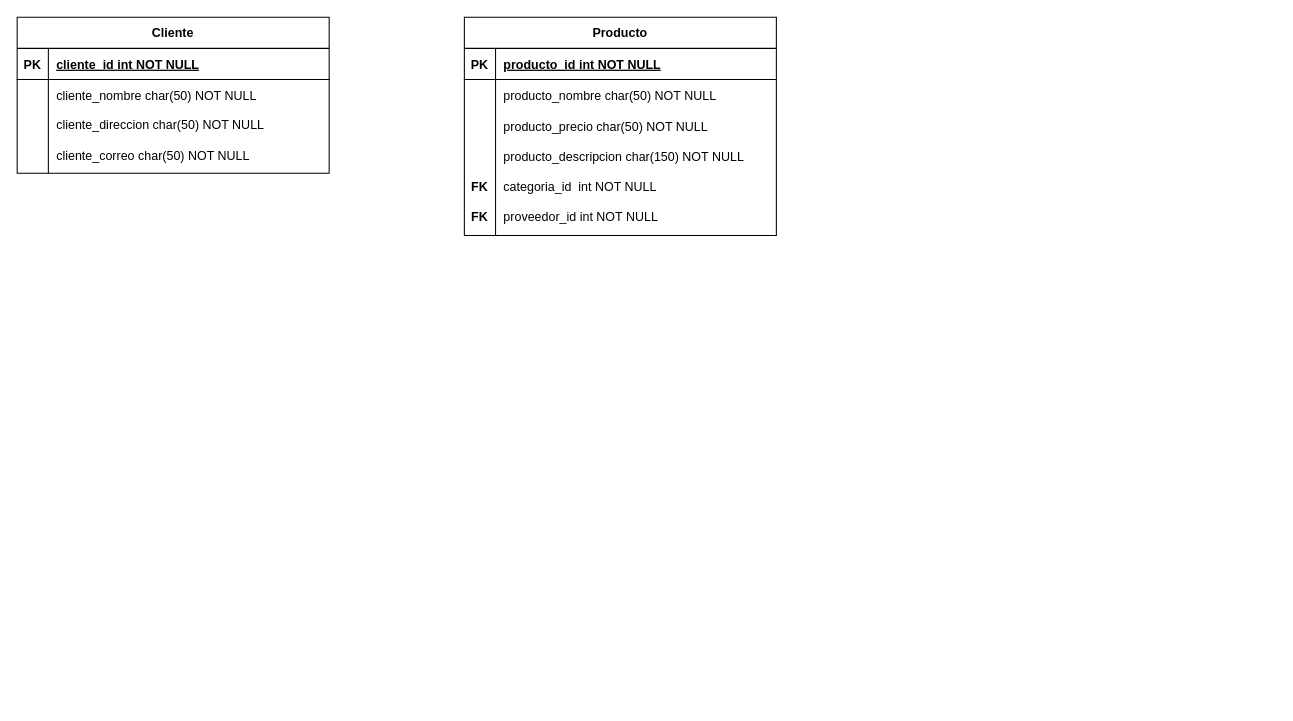
pevb97/BBDD keeps this draw.io diagram as Diagrama sin título.drawio. Above is the earlier version. Source tidied: cells renumbered, new cells numbered last; positions are measured from the earlier drawing's top-left corner, leaving out a move shared by most shapes. Both pictures are drawn from the tidied source at 104%, with x=0, y=0 at pixel (17, 17).
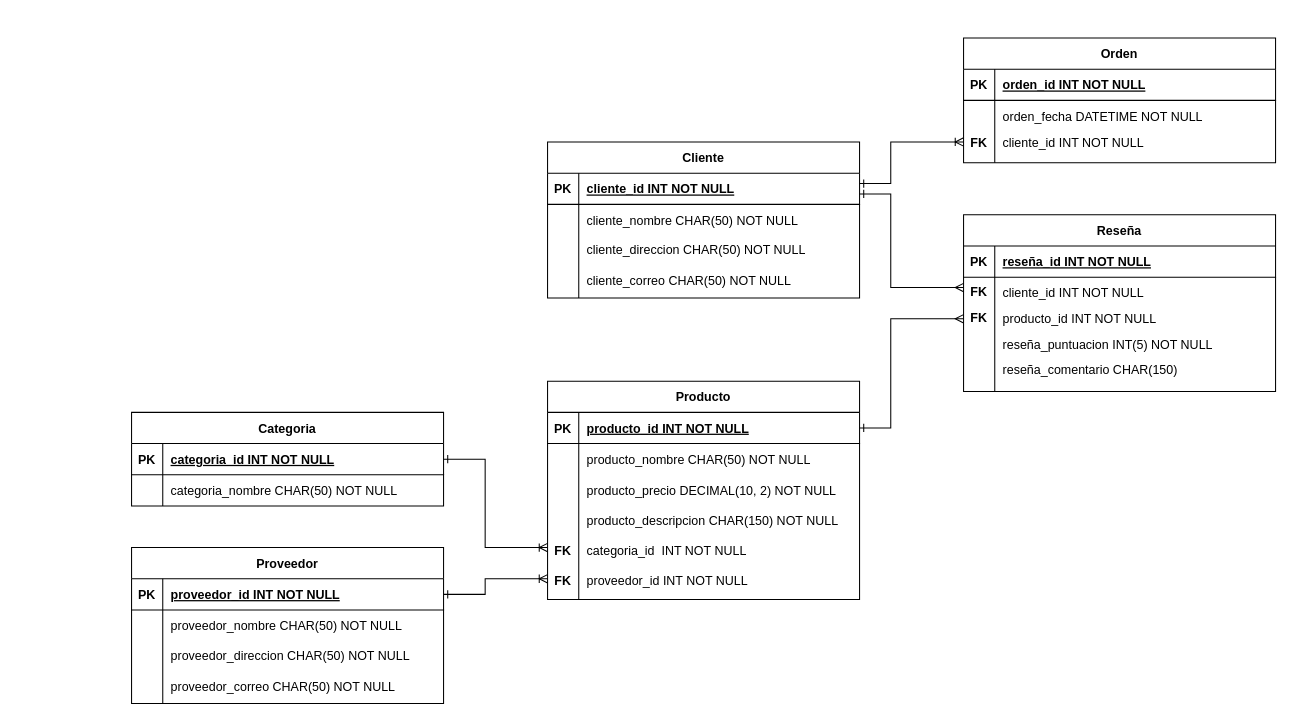
Above is the later version.

The change refers to these unchanged cells:
```xml
<mxCell id="4" style="shape=partialRectangle;fillColor=none;points=[[0,0.5],[1,0.5]];portConstraint=eastwest;top=0;left=0;right=0;bottom=1;" parent="3" vertex="1">
  <mxGeometry y="30" width="300" height="30" as="geometry" />
</mxCell>
<mxCell id="7" style="shape=partialRectangle;fillColor=none;top=0;left=0;right=0;bottom=0;" parent="3" vertex="1">
  <mxGeometry y="60" width="300" height="30" as="geometry" />
</mxCell>
<mxCell id="20" style="shape=partialRectangle;fillColor=none;points=[[0,0.5],[1,0.5]];portConstraint=eastwest;top=0;left=0;right=0;bottom=1;" parent="19" vertex="1">
  <mxGeometry y="30" width="300" height="30" as="geometry" />
</mxCell>
<mxCell id="23" style="shape=partialRectangle;fillColor=none;top=0;left=0;right=0;bottom=0;" parent="19" vertex="1">
  <mxGeometry y="60" width="300" height="30" as="geometry" />
</mxCell>
```

What changed in the source:
```diff
@@
     <mxCell id="2" style="group;" parent="1" vertex="1">
-      <mxGeometry width="300" height="150" as="geometry" />
+      <mxGeometry x="510" y="120" width="300" height="150" as="geometry" />
     </mxCell>
@@
-    <mxCell id="6" value="cliente_id int NOT NULL " style="shape=partialRectangle;overflow=hidden;fillColor=none;top=0;left=0;bottom=0;right=0;align=left;spacingLeft=6;fontStyle=5;" parent="4" vertex="1">
+    <mxCell id="6" value="cliente_id INT NOT NULL " style="shape=partialRectangle;overflow=hidden;fillColor=none;top=0;left=0;bottom=0;right=0;align=left;spacingLeft=6;fontStyle=5;" parent="4" vertex="1">
       <mxGeometry x="30" width="270" height="30" as="geometry" />
     </mxCell>
@@
-    <mxCell id="9" value="cliente_nombre char(50) NOT NULL" style="shape=partialRectangle;overflow=hidden;fillColor=none;top=0;left=0;bottom=0;right=0;align=left;spacingLeft=6;" parent="7" vertex="1">
+    <mxCell id="9" value="cliente_nombre CHAR(50) NOT NULL" style="shape=partialRectangle;overflow=hidden;fillColor=none;top=0;left=0;bottom=0;right=0;align=left;spacingLeft=6;" parent="7" vertex="1">
       <mxGeometry x="30" width="270" height="30" as="geometry" />
     </mxCell>
@@
-    <mxCell id="16" value="cliente_direccion char(50) NOT NULL" style="shape=partialRectangle;overflow=hidden;fillColor=none;top=0;left=0;bottom=0;right=0;align=left;spacingLeft=6;" parent="2" vertex="1">
+    <mxCell id="16" value="cliente_direccion CHAR(50) NOT NULL" style="shape=partialRectangle;overflow=hidden;fillColor=none;top=0;left=0;bottom=0;right=0;align=left;spacingLeft=6;" parent="2" vertex="1">
       <mxGeometry x="30" y="90" width="270" height="26.5" as="geometry" />
     </mxCell>
-    <mxCell id="17" value="cliente_correo char(50) NOT NULL" style="shape=partialRectangle;overflow=hidden;fillColor=none;top=0;left=0;bottom=0;right=0;align=left;spacingLeft=6;" parent="2" vertex="1">
+    <mxCell id="17" value="cliente_correo CHAR(50) NOT NULL" style="shape=partialRectangle;overflow=hidden;fillColor=none;top=0;left=0;bottom=0;right=0;align=left;spacingLeft=6;" parent="2" vertex="1">
       <mxGeometry x="30" y="120" width="270" height="26.5" as="geometry" />
     </mxCell>
+    <mxCell id="47" style="edgeStyle=orthogonalEdgeStyle;rounded=0;jettySize=auto;html=1;endArrow=ERoneToMany;endFill=0;startArrow=ERone;startFill=0;" parent="2" edge="1" source="4">
+      <mxGeometry relative="1" as="geometry">
+        <mxPoint x="400" as="targetPoint" />
+        <Array as="points">
+          <mxPoint x="330" y="40" />
+          <mxPoint x="330" />
+        </Array>
+      </mxGeometry>
+    </mxCell>
+    <mxCell id="48" style="edgeStyle=orthogonalEdgeStyle;rounded=0;jettySize=auto;html=1;endArrow=ERmany;endFill=0;startArrow=ERone;startFill=0;" parent="2" edge="1" source="4">
+      <mxGeometry relative="1" as="geometry">
+        <mxPoint x="400" y="140" as="targetPoint" />
+        <Array as="points">
+          <mxPoint x="330" y="50" />
+          <mxPoint x="330" y="140" />
+          <mxPoint x="400" y="140" />
+        </Array>
+      </mxGeometry>
+    </mxCell>
     <mxCell id="18" style="group;" parent="1" vertex="1">
-      <mxGeometry x="430" width="300" height="210" as="geometry" />
+      <mxGeometry x="510" y="350" width="300" height="210" as="geometry" />
     </mxCell>
@@
-    <mxCell id="22" value="producto_id int NOT NULL " style="shape=partialRectangle;overflow=hidden;fillColor=none;top=0;left=0;bottom=0;right=0;align=left;spacingLeft=6;fontStyle=5;" parent="20" vertex="1">
+    <mxCell id="22" value="producto_id INT NOT NULL " style="shape=partialRectangle;overflow=hidden;fillColor=none;top=0;left=0;bottom=0;right=0;align=left;spacingLeft=6;fontStyle=5;" parent="20" vertex="1">
       <mxGeometry x="30" width="270" height="30" as="geometry" />
     </mxCell>
@@
-    <mxCell id="25" value="producto_nombre char(50) NOT NULL" style="shape=partialRectangle;overflow=hidden;fillColor=none;top=0;left=0;bottom=0;right=0;align=left;spacingLeft=6;" parent="23" vertex="1">
+    <mxCell id="25" value="producto_nombre CHAR(50) NOT NULL" style="shape=partialRectangle;overflow=hidden;fillColor=none;top=0;left=0;bottom=0;right=0;align=left;spacingLeft=6;" parent="23" vertex="1">
       <mxGeometry x="30" width="270" height="30" as="geometry" />
     </mxCell>
@@
-    <mxCell id="41" value="producto_precio char(50) NOT NULL" style="shape=partialRectangle;overflow=hidden;fillColor=none;top=0;left=0;bottom=0;right=0;align=left;spacingLeft=6;" parent="18" vertex="1">
+    <mxCell id="41" value="producto_precio DECIMAL(10, 2) NOT NULL" style="shape=partialRectangle;overflow=hidden;fillColor=none;top=0;left=0;bottom=0;right=0;align=left;spacingLeft=6;" parent="18" vertex="1">
       <mxGeometry x="30" y="90.7" width="270" height="28.6" as="geometry" />
     </mxCell>
-    <mxCell id="42" value="producto_descripcion char(150) NOT NULL" style="shape=partialRectangle;overflow=hidden;fillColor=none;top=0;left=0;bottom=0;right=0;align=left;spacingLeft=6;" parent="18" vertex="1">
+    <mxCell id="42" value="producto_descripcion CHAR(150) NOT NULL" style="shape=partialRectangle;overflow=hidden;fillColor=none;top=0;left=0;bottom=0;right=0;align=left;spacingLeft=6;" parent="18" vertex="1">
       <mxGeometry x="30" y="119.3" width="270" height="28.6" as="geometry" />
     </mxCell>
-    <mxCell id="43" value="proveedor_id int NOT NULL" style="shape=partialRectangle;overflow=hidden;fillColor=none;top=0;left=0;bottom=0;right=0;align=left;spacingLeft=6;" parent="18" vertex="1">
+    <mxCell id="43" value="proveedor_id INT NOT NULL" style="shape=partialRectangle;overflow=hidden;fillColor=none;top=0;left=0;bottom=0;right=0;align=left;spacingLeft=6;" parent="18" vertex="1">
       <mxGeometry x="30" y="178" width="270" height="26.8" as="geometry" />
     </mxCell>
-    <mxCell id="44" value="categoria_id  int NOT NULL" style="shape=partialRectangle;overflow=hidden;fillColor=none;top=0;left=0;bottom=0;right=0;align=left;spacingLeft=6;" parent="18" vertex="1">
+    <mxCell id="44" value="categoria_id  INT NOT NULL" style="shape=partialRectangle;overflow=hidden;fillColor=none;top=0;left=0;bottom=0;right=0;align=left;spacingLeft=6;" parent="18" vertex="1">
       <mxGeometry x="30" y="148" width="270" height="30" as="geometry" />
     </mxCell>
@@
+    <mxCell id="49" style="edgeStyle=orthogonalEdgeStyle;rounded=0;jettySize=auto;html=1;endArrow=ERmany;endFill=0;startArrow=ERone;startFill=0;" parent="18" edge="1" source="20">
+      <mxGeometry relative="1" as="geometry">
+        <mxPoint x="400" y="-60" as="targetPoint" />
+        <Array as="points">
+          <mxPoint x="330" y="45" />
+          <mxPoint x="330" y="-60" />
+        </Array>
+      </mxGeometry>
+    </mxCell>
+    <mxCell id="50" style="group;" parent="1" vertex="1">
+      <mxGeometry x="910" y="20" width="300" height="120" as="geometry" />
+    </mxCell>
+    <mxCell id="51" value="Orden" style="shape=table;startSize=30;childLayout=tableLayout;rowLines=0;fontStyle=1;align=center;" parent="50" vertex="1">
+      <mxGeometry width="300" height="120" as="geometry" />
+    </mxCell>
+    <mxCell id="52" style="shape=partialRectangle;fillColor=none;top=0;left=0;right=0;bottom=1;" parent="51" vertex="1">
+      <mxGeometry y="30" width="300" height="30" as="geometry" />
+    </mxCell>
+    <mxCell id="53" value="PK" style="shape=partialRectangle;overflow=hidden;fillColor=none;top=0;left=0;bottom=0;right=0;fontStyle=1;" parent="52" vertex="1">
+      <mxGeometry width="30" height="30" as="geometry" />
+    </mxCell>
+    <mxCell id="54" value="orden_id INT NOT NULL " style="shape=partialRectangle;overflow=hidden;fillColor=none;top=0;left=0;bottom=0;right=0;align=left;spacingLeft=6;fontStyle=5;" parent="52" vertex="1">
+      <mxGeometry x="30" width="270" height="30" as="geometry" />
+    </mxCell>
+    <mxCell id="55" style="shape=partialRectangle;fillColor=none;top=0;left=0;right=0;bottom=0;" parent="51" vertex="1">
+      <mxGeometry y="60" width="300" height="30" as="geometry" />
+    </mxCell>
+    <mxCell id="56" style="shape=partialRectangle;overflow=hidden;fillColor=none;top=0;left=0;bottom=0;right=0;" parent="55" vertex="1">
+      <mxGeometry width="30" height="30" as="geometry" />
+    </mxCell>
+    <mxCell id="57" value="orden_fecha DATETIME NOT NULL" style="shape=partialRectangle;overflow=hidden;fillColor=none;top=0;left=0;bottom=0;right=0;align=left;spacingLeft=6;" parent="55" vertex="1">
+      <mxGeometry x="30" width="270" height="30" as="geometry" />
+    </mxCell>
+    <mxCell id="58" style="shape=partialRectangle;fillColor=none;top=0;left=0;right=0;bottom=0;" parent="51" vertex="1">
+      <mxGeometry y="90" width="300" height="30" as="geometry" />
+    </mxCell>
+    <mxCell id="59" style="shape=partialRectangle;overflow=hidden;fillColor=none;top=0;left=0;bottom=0;right=0;" parent="58" vertex="1">
+      <mxGeometry width="30" height="30" as="geometry" />
+    </mxCell>
+    <mxCell id="60" style="shape=partialRectangle;overflow=hidden;fillColor=none;top=0;left=0;bottom=0;right=0;align=left;spacingLeft=6;" parent="58" vertex="1">
+      <mxGeometry x="30" width="270" height="30" as="geometry" />
+    </mxCell>
+    <mxCell id="61" value="cliente_id INT NOT NULL" style="shape=partialRectangle;overflow=hidden;fillColor=none;top=0;left=0;bottom=0;right=0;align=left;spacingLeft=6;" parent="50" vertex="1">
+      <mxGeometry x="30" y="90" width="270" height="21.2" as="geometry" />
+    </mxCell>
+    <mxCell id="62" value="FK" style="shape=partialRectangle;overflow=hidden;fillColor=none;top=0;left=0;bottom=0;right=0;fontStyle=1;" parent="50" vertex="1">
+      <mxGeometry y="85.6" width="30" height="30" as="geometry" />
+    </mxCell>
+    <mxCell id="63" style="group;" parent="1" vertex="1">
+      <mxGeometry x="110" y="380" width="300" height="90" as="geometry" />
+    </mxCell>
+    <mxCell id="64" style="edgeStyle=orthogonalEdgeStyle;rounded=0;jettySize=auto;html=1;endArrow=ERoneToMany;endFill=0;startArrow=ERone;startFill=0;" parent="63" edge="1" source="65">
+      <mxGeometry relative="1" as="geometry">
+        <mxPoint x="400" y="130" as="targetPoint" />
+        <Array as="points">
+          <mxPoint x="340" y="45" />
+          <mxPoint x="340" y="130" />
+        </Array>
+      </mxGeometry>
+    </mxCell>
+    <mxCell id="65" value="Categoria" style="shape=table;startSize=30;childLayout=tableLayout;rowLines=0;fontStyle=1;align=center;" parent="63" vertex="1">
+      <mxGeometry width="300" height="90" as="geometry" />
+    </mxCell>
+    <mxCell id="66" style="shape=partialRectangle;fillColor=none;top=0;left=0;right=0;bottom=1;" parent="65" vertex="1">
+      <mxGeometry y="30" width="300" height="30" as="geometry" />
+    </mxCell>
+    <mxCell id="67" value="PK" style="shape=partialRectangle;overflow=hidden;fillColor=none;top=0;left=0;bottom=0;right=0;fontStyle=1;" parent="66" vertex="1">
+      <mxGeometry width="30" height="30" as="geometry" />
+    </mxCell>
+    <mxCell id="68" value="categoria_id INT NOT NULL " style="shape=partialRectangle;overflow=hidden;fillColor=none;top=0;left=0;bottom=0;right=0;align=left;spacingLeft=6;fontStyle=5;" parent="66" vertex="1">
+      <mxGeometry x="30" width="270" height="30" as="geometry" />
+    </mxCell>
+    <mxCell id="69" style="shape=partialRectangle;fillColor=none;top=0;left=0;right=0;bottom=0;" parent="65" vertex="1">
+      <mxGeometry y="60" width="300" height="30" as="geometry" />
+    </mxCell>
+    <mxCell id="70" style="shape=partialRectangle;overflow=hidden;fillColor=none;top=0;left=0;bottom=0;right=0;" parent="69" vertex="1">
+      <mxGeometry width="30" height="30" as="geometry" />
+    </mxCell>
+    <mxCell id="71" value="categoria_nombre CHAR(50) NOT NULL" style="shape=partialRectangle;overflow=hidden;fillColor=none;top=0;left=0;bottom=0;right=0;align=left;spacingLeft=6;" parent="69" vertex="1">
+      <mxGeometry x="30" width="270" height="30" as="geometry" />
+    </mxCell>
+    <mxCell id="72" style="group;" parent="1" vertex="1">
+      <mxGeometry x="110" y="510" width="300" height="150" as="geometry" />
+    </mxCell>
+    <mxCell id="73" value="Proveedor" style="shape=table;startSize=30;childLayout=tableLayout;rowLines=0;fontStyle=1;align=center;" parent="72" vertex="1">
+      <mxGeometry width="300" height="150" as="geometry" />
+    </mxCell>
+    <mxCell id="74" style="shape=partialRectangle;fillColor=none;points=[[0,0.5],[1,0.5]];portConstraint=eastwest;top=0;left=0;right=0;bottom=1;" parent="73" vertex="1">
+      <mxGeometry y="30" width="300" height="30" as="geometry" />
+    </mxCell>
+    <mxCell id="75" value="PK" style="shape=partialRectangle;overflow=hidden;fillColor=none;top=0;left=0;bottom=0;right=0;fontStyle=1;" parent="74" vertex="1">
+      <mxGeometry width="30" height="30" as="geometry" />
+    </mxCell>
+    <mxCell id="76" value="proveedor_id INT NOT NULL " style="shape=partialRectangle;overflow=hidden;fillColor=none;top=0;left=0;bottom=0;right=0;align=left;spacingLeft=6;fontStyle=5;" parent="74" vertex="1">
+      <mxGeometry x="30" width="270" height="30" as="geometry" />
+    </mxCell>
+    <mxCell id="77" style="shape=partialRectangle;fillColor=none;top=0;left=0;right=0;bottom=0;" parent="73" vertex="1">
+      <mxGeometry y="60" width="300" height="30" as="geometry" />
+    </mxCell>
+    <mxCell id="78" style="shape=partialRectangle;overflow=hidden;fillColor=none;top=0;left=0;bottom=0;right=0;" parent="77" vertex="1">
+      <mxGeometry width="30" height="30" as="geometry" />
+    </mxCell>
+    <mxCell id="79" value="proveedor_nombre CHAR(50) NOT NULL" style="shape=partialRectangle;overflow=hidden;fillColor=none;top=0;left=0;bottom=0;right=0;align=left;spacingLeft=6;" parent="77" vertex="1">
+      <mxGeometry x="30" width="270" height="30" as="geometry" />
+    </mxCell>
+    <mxCell id="80" style="shape=partialRectangle;fillColor=none;top=0;left=0;right=0;bottom=0;" parent="73" vertex="1">
+      <mxGeometry y="90" width="300" height="30" as="geometry" />
+    </mxCell>
+    <mxCell id="81" style="shape=partialRectangle;overflow=hidden;fillColor=none;top=0;left=0;bottom=0;right=0;" parent="80" vertex="1">
+      <mxGeometry width="30" height="30" as="geometry" />
+    </mxCell>
+    <mxCell id="82" style="shape=partialRectangle;overflow=hidden;fillColor=none;top=0;left=0;bottom=0;right=0;align=left;spacingLeft=6;" parent="80" vertex="1">
+      <mxGeometry x="30" width="270" height="30" as="geometry" />
+    </mxCell>
+    <mxCell id="83" style="shape=partialRectangle;fillColor=none;top=0;left=0;right=0;bottom=0;" parent="73" vertex="1">
+      <mxGeometry y="120" width="300" height="30" as="geometry" />
+    </mxCell>
+    <mxCell id="84" style="shape=partialRectangle;overflow=hidden;fillColor=none;top=0;left=0;bottom=0;right=0;" parent="83" vertex="1">
+      <mxGeometry width="30" height="30" as="geometry" />
+    </mxCell>
+    <mxCell id="85" style="shape=partialRectangle;overflow=hidden;fillColor=none;top=0;left=0;bottom=0;right=0;align=left;spacingLeft=6;" parent="83" vertex="1">
+      <mxGeometry x="30" width="270" height="30" as="geometry" />
+    </mxCell>
+    <mxCell id="86" value="proveedor_direccion CHAR(50) NOT NULL" style="shape=partialRectangle;overflow=hidden;fillColor=none;top=0;left=0;bottom=0;right=0;align=left;spacingLeft=6;" parent="72" vertex="1">
+      <mxGeometry x="30" y="90" width="270" height="26.5" as="geometry" />
+    </mxCell>
+    <mxCell id="87" value="proveedor_correo CHAR(50) NOT NULL" style="shape=partialRectangle;overflow=hidden;fillColor=none;top=0;left=0;bottom=0;right=0;align=left;spacingLeft=6;" parent="72" vertex="1">
+      <mxGeometry x="30" y="120" width="270" height="26.5" as="geometry" />
+    </mxCell>
+    <mxCell id="88" style="edgeStyle=orthogonalEdgeStyle;rounded=0;jettySize=auto;html=1;endArrow=ERoneToMany;endFill=0;startArrow=ERone;startFill=0;" parent="72" edge="1" source="74">
+      <mxGeometry relative="1" as="geometry">
+        <mxPoint x="400" y="30" as="targetPoint" />
+        <Array as="points">
+          <mxPoint x="340" y="45" />
+          <mxPoint x="340" y="30" />
+        </Array>
+      </mxGeometry>
+    </mxCell>
+    <mxCell id="89" style="group;" parent="1" vertex="1">
+      <mxGeometry x="910" y="190" width="300" height="170" as="geometry" />
+    </mxCell>
+    <mxCell id="90" value="Reseña" style="shape=table;startSize=30;childLayout=tableLayout;rowLines=0;fontStyle=1;align=center;" parent="89" vertex="1">
+      <mxGeometry width="300" height="170" as="geometry" />
+    </mxCell>
+    <mxCell id="91" style="shape=partialRectangle;fillColor=none;top=0;left=0;right=0;bottom=1;" parent="90" vertex="1">
+      <mxGeometry y="30" width="300" height="30" as="geometry" />
+    </mxCell>
+    <mxCell id="92" value="PK" style="shape=partialRectangle;overflow=hidden;fillColor=none;top=0;left=0;bottom=0;right=0;fontStyle=1;" parent="91" vertex="1">
+      <mxGeometry width="30" height="30" as="geometry" />
+    </mxCell>
+    <mxCell id="93" value="reseña_id INT NOT NULL " style="shape=partialRectangle;overflow=hidden;fillColor=none;top=0;left=0;bottom=0;right=0;align=left;spacingLeft=6;fontStyle=5;" parent="91" vertex="1">
+      <mxGeometry x="30" width="270" height="30" as="geometry" />
+    </mxCell>
+    <mxCell id="94" style="shape=partialRectangle;fillColor=none;top=0;left=0;right=0;bottom=0;" parent="90" vertex="1">
+      <mxGeometry y="60" width="300" height="30" as="geometry" />
+    </mxCell>
+    <mxCell id="95" style="shape=partialRectangle;overflow=hidden;fillColor=none;top=0;left=0;bottom=0;right=0;" parent="94" vertex="1">
+      <mxGeometry width="30" height="30" as="geometry" />
+    </mxCell>
+    <mxCell id="96" value="cliente_id INT NOT NULL" style="shape=partialRectangle;overflow=hidden;fillColor=none;top=0;left=0;bottom=0;right=0;align=left;spacingLeft=6;" parent="94" vertex="1">
+      <mxGeometry x="30" width="270" height="30" as="geometry" />
+    </mxCell>
+    <mxCell id="97" style="shape=partialRectangle;fillColor=none;top=0;left=0;right=0;bottom=0;" parent="90" vertex="1">
+      <mxGeometry y="90" width="300" height="30" as="geometry" />
+    </mxCell>
+    <mxCell id="98" style="shape=partialRectangle;overflow=hidden;fillColor=none;top=0;left=0;bottom=0;right=0;" parent="97" vertex="1">
+      <mxGeometry width="30" height="30" as="geometry" />
+    </mxCell>
+    <mxCell id="99" style="shape=partialRectangle;overflow=hidden;fillColor=none;top=0;left=0;bottom=0;right=0;align=left;spacingLeft=6;" parent="97" vertex="1">
+      <mxGeometry x="30" width="270" height="30" as="geometry" />
+    </mxCell>
+    <mxCell id="100" style="shape=partialRectangle;fillColor=none;top=0;left=0;right=0;bottom=0;" parent="90" vertex="1">
+      <mxGeometry y="120" width="300" height="30" as="geometry" />
+    </mxCell>
+    <mxCell id="101" style="shape=partialRectangle;overflow=hidden;fillColor=none;top=0;left=0;bottom=0;right=0;" parent="100" vertex="1">
+      <mxGeometry width="30" height="30" as="geometry" />
+    </mxCell>
+    <mxCell id="102" style="shape=partialRectangle;overflow=hidden;fillColor=none;top=0;left=0;bottom=0;right=0;align=left;spacingLeft=6;" parent="100" vertex="1">
+      <mxGeometry x="30" width="270" height="30" as="geometry" />
+    </mxCell>
+    <mxCell id="103" style="shape=partialRectangle;fillColor=none;top=0;left=0;right=0;bottom=0;" parent="90" vertex="1">
+      <mxGeometry y="150" width="300" height="20" as="geometry" />
+    </mxCell>
+    <mxCell id="104" style="shape=partialRectangle;overflow=hidden;fillColor=none;top=0;left=0;bottom=0;right=0;" parent="103" vertex="1">
+      <mxGeometry width="30" height="20" as="geometry" />
+    </mxCell>
+    <mxCell id="105" style="shape=partialRectangle;overflow=hidden;fillColor=none;top=0;left=0;bottom=0;right=0;align=left;spacingLeft=6;" parent="103" vertex="1">
+      <mxGeometry x="30" width="270" height="20" as="geometry" />
+    </mxCell>
+    <mxCell id="106" value="producto_id INT NOT NULL" style="shape=partialRectangle;overflow=hidden;fillColor=none;top=0;left=0;bottom=0;right=0;align=left;spacingLeft=6;" parent="89" vertex="1">
+      <mxGeometry x="30" y="87.6" width="270" height="23.2" as="geometry" />
+    </mxCell>
+    <mxCell id="107" value="reseña_puntuacion INT(5) NOT NULL" style="shape=partialRectangle;overflow=hidden;fillColor=none;top=0;left=0;bottom=0;right=0;align=left;spacingLeft=6;" parent="89" vertex="1">
+      <mxGeometry x="30" y="113.3" width="270" height="23.2" as="geometry" />
+    </mxCell>
+    <mxCell id="108" value="reseña_comentario CHAR(150)" style="shape=partialRectangle;overflow=hidden;fillColor=none;top=0;left=0;bottom=0;right=0;align=left;spacingLeft=6;" parent="89" vertex="1">
+      <mxGeometry x="30" y="136.5" width="270" height="24.3" as="geometry" />
+    </mxCell>
+    <mxCell id="109" value="FK" style="shape=partialRectangle;overflow=hidden;fillColor=none;top=0;left=0;bottom=0;right=0;fontStyle=1;" parent="89" vertex="1">
+      <mxGeometry y="86.5" width="30" height="24.3" as="geometry" />
+    </mxCell>
+    <mxCell id="110" value="FK" style="shape=partialRectangle;overflow=hidden;fillColor=none;top=0;left=0;bottom=0;right=0;fontStyle=1;" parent="89" vertex="1">
+      <mxGeometry y="59.4" width="30" height="28.1" as="geometry" />
+    </mxCell>
```
